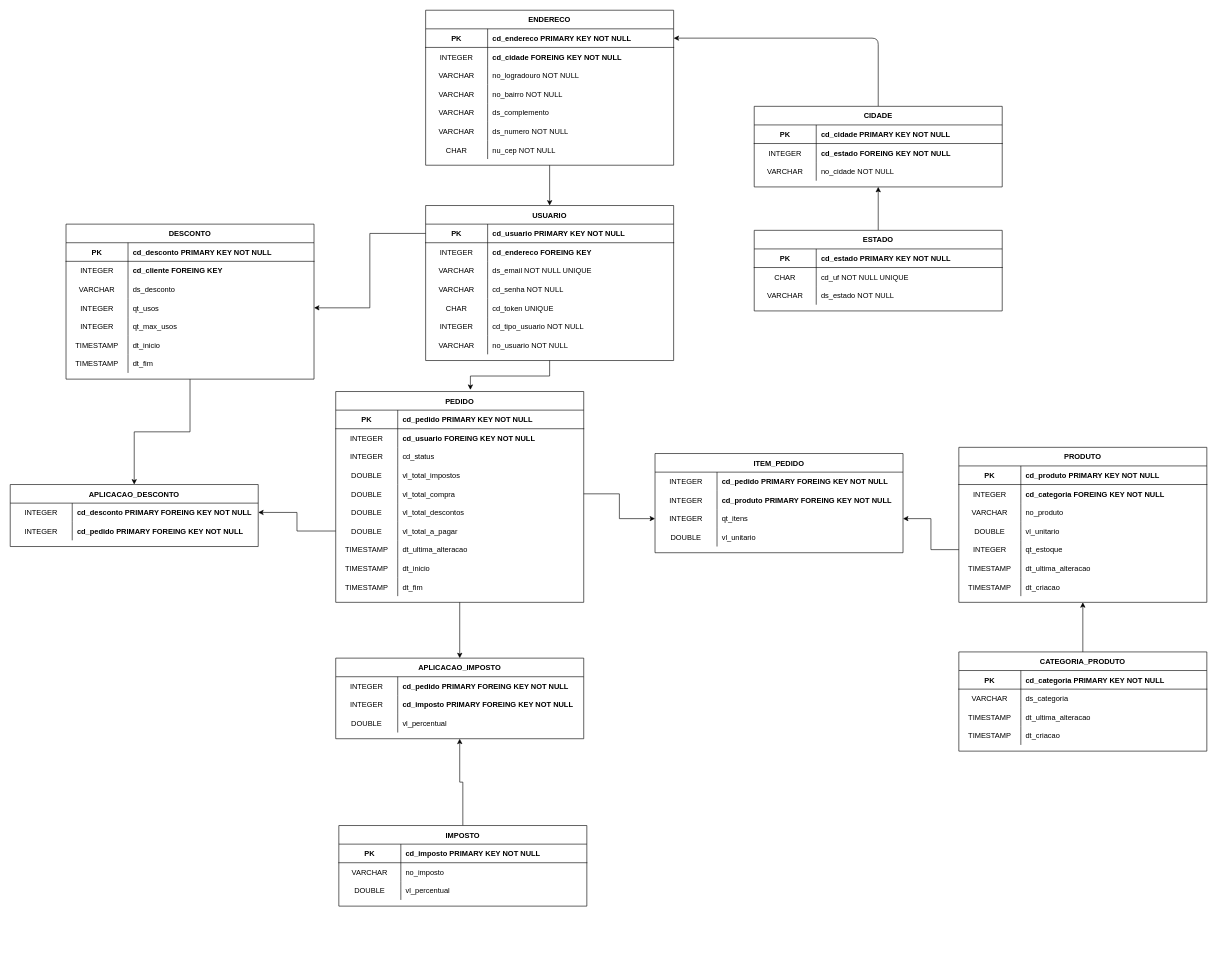
Earlier version of the draw.io diagram modeling/modeling.drawio (UFESDelivery/api_python). Source tidied: cells renumbered, new cells numbered last; positions are measured from the earlier drawing's top-left corner, leaving out a move shared by most shapes. Both pictures are drawn from the tidied source at 62%, with x=0, y=0 at pixel (10, 10).
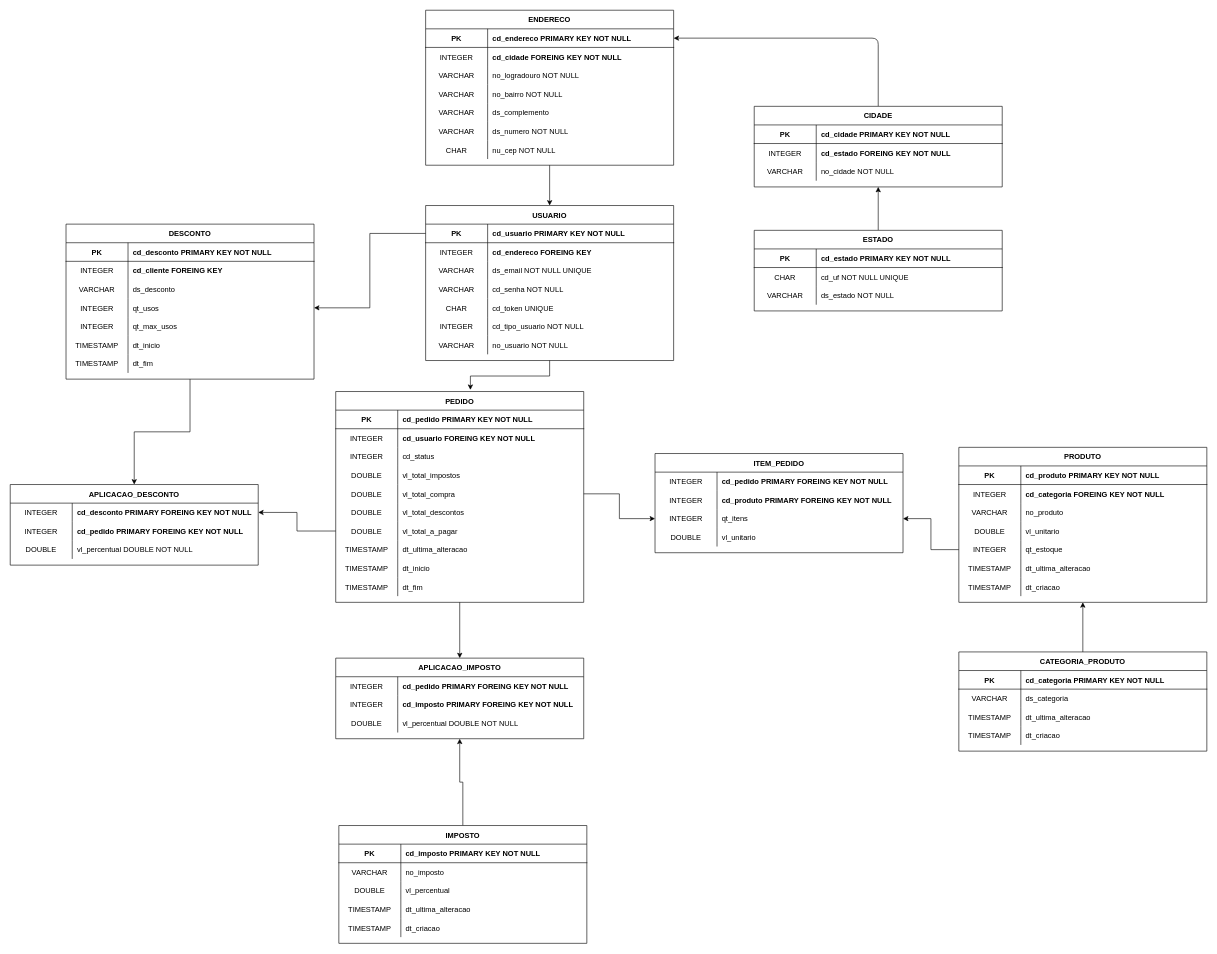
The same page after the edit.

The change refers to these unchanged cells:
```xml
<mxCell id="144" style="shape=partialRectangle;fillColor=none;top=0;left=0;right=0;bottom=0;" parent="137" vertex="1">
  <mxGeometry y="90" width="400" height="30" as="geometry" />
</mxCell>
```

What changed in the source:
```diff
@@
     <mxCell id="117" value="IMPOSTO" style="shape=table;startSize=30;childLayout=tableLayout;rowLines=0;fontStyle=1;align=center;" parent="1" vertex="1">
-      <mxGeometry x="530" y="1315" width="400" height="130" as="geometry" />
+      <mxGeometry x="530" y="1315" width="400" height="190" as="geometry" />
     </mxCell>
@@
+    <mxCell id="206" style="shape=partialRectangle;fillColor=none;top=0;left=0;right=0;bottom=0;" parent="117" vertex="1">
+      <mxGeometry y="120" width="400" height="30" as="geometry" />
+    </mxCell>
+    <mxCell id="207" value="TIMESTAMP" style="shape=partialRectangle;overflow=hidden;fillColor=none;top=0;left=0;bottom=0;right=0;" parent="206" vertex="1">
+      <mxGeometry width="100" height="30" as="geometry" />
+    </mxCell>
+    <mxCell id="208" value="dt_ultima_alteracao" style="shape=partialRectangle;overflow=hidden;fillColor=none;top=0;left=0;bottom=0;right=0;align=left;spacingLeft=6;" parent="206" vertex="1">
+      <mxGeometry x="100" width="300" height="30" as="geometry" />
+    </mxCell>
+    <mxCell id="209" style="shape=partialRectangle;fillColor=none;top=0;left=0;right=0;bottom=0;" parent="117" vertex="1">
+      <mxGeometry y="150" width="400" height="30" as="geometry" />
+    </mxCell>
+    <mxCell id="210" value="TIMESTAMP" style="shape=partialRectangle;overflow=hidden;fillColor=none;top=0;left=0;bottom=0;right=0;" parent="209" vertex="1">
+      <mxGeometry width="100" height="30" as="geometry" />
+    </mxCell>
+    <mxCell id="211" value="dt_criacao" style="shape=partialRectangle;overflow=hidden;fillColor=none;top=0;left=0;bottom=0;right=0;align=left;spacingLeft=6;" parent="209" vertex="1">
+      <mxGeometry x="100" width="300" height="30" as="geometry" />
+    </mxCell>
@@
     <mxCell id="129" value="APLICACAO_DESCONTO" style="shape=table;startSize=30;childLayout=tableLayout;rowLines=0;fontStyle=1;align=center;" parent="1" vertex="1">
-      <mxGeometry y="765" width="400" height="100" as="geometry" />
+      <mxGeometry y="765" width="400" height="130" as="geometry" />
     </mxCell>
@@
+    <mxCell id="212" style="shape=partialRectangle;fillColor=none;top=0;left=0;right=0;bottom=0;" parent="129" vertex="1">
+      <mxGeometry y="90" width="400" height="30" as="geometry" />
+    </mxCell>
+    <mxCell id="213" value="DOUBLE" style="shape=partialRectangle;overflow=hidden;fillColor=none;top=0;left=0;bottom=0;right=0;" parent="212" vertex="1">
+      <mxGeometry width="100" height="30" as="geometry" />
+    </mxCell>
+    <mxCell id="214" value="vl_percentual DOUBLE NOT NULL" style="shape=partialRectangle;overflow=hidden;fillColor=none;top=0;left=0;bottom=0;right=0;align=left;spacingLeft=6;fontStyle=0;" parent="212" vertex="1">
+      <mxGeometry x="100" width="300" height="30" as="geometry" />
+    </mxCell>
@@
-    <mxCell id="146" value="vl_percentual" style="shape=partialRectangle;overflow=hidden;fillColor=none;top=0;left=0;bottom=0;right=0;align=left;spacingLeft=6;fontStyle=0;" parent="144" vertex="1">
+    <mxCell id="146" value="vl_percentual DOUBLE NOT NULL" style="shape=partialRectangle;overflow=hidden;fillColor=none;top=0;left=0;bottom=0;right=0;align=left;spacingLeft=6;fontStyle=0;" parent="144" vertex="1">
       <mxGeometry x="100" width="300" height="30" as="geometry" />
     </mxCell>
```
